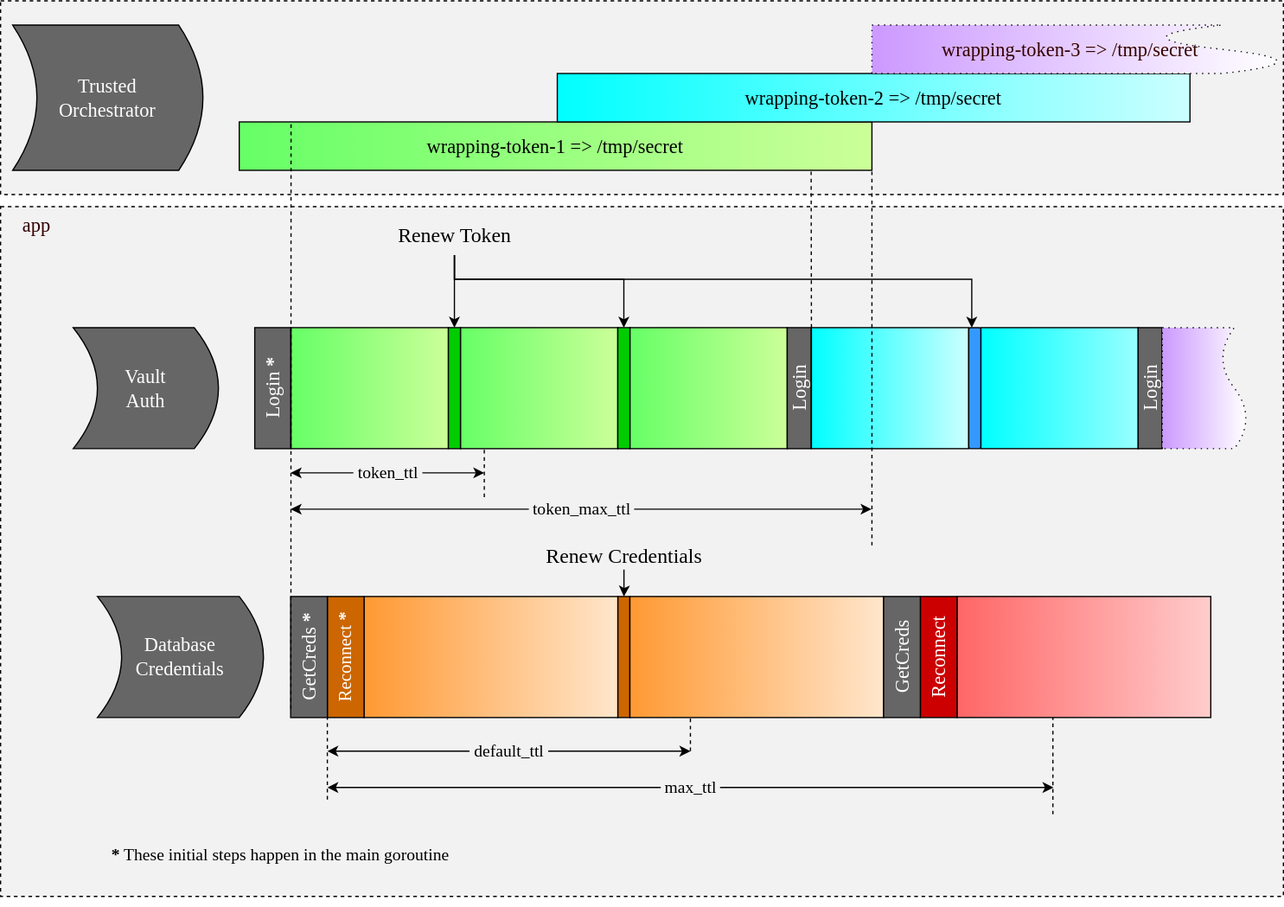
Above: images/renew-diagram.svg in hashicorp/hello-vault-go (draw.io), before the change. Source tidied: cells renumbered, new cells last; positions are measured from the earlier drawing's top-left corner, leaving out a move shared by most shapes.
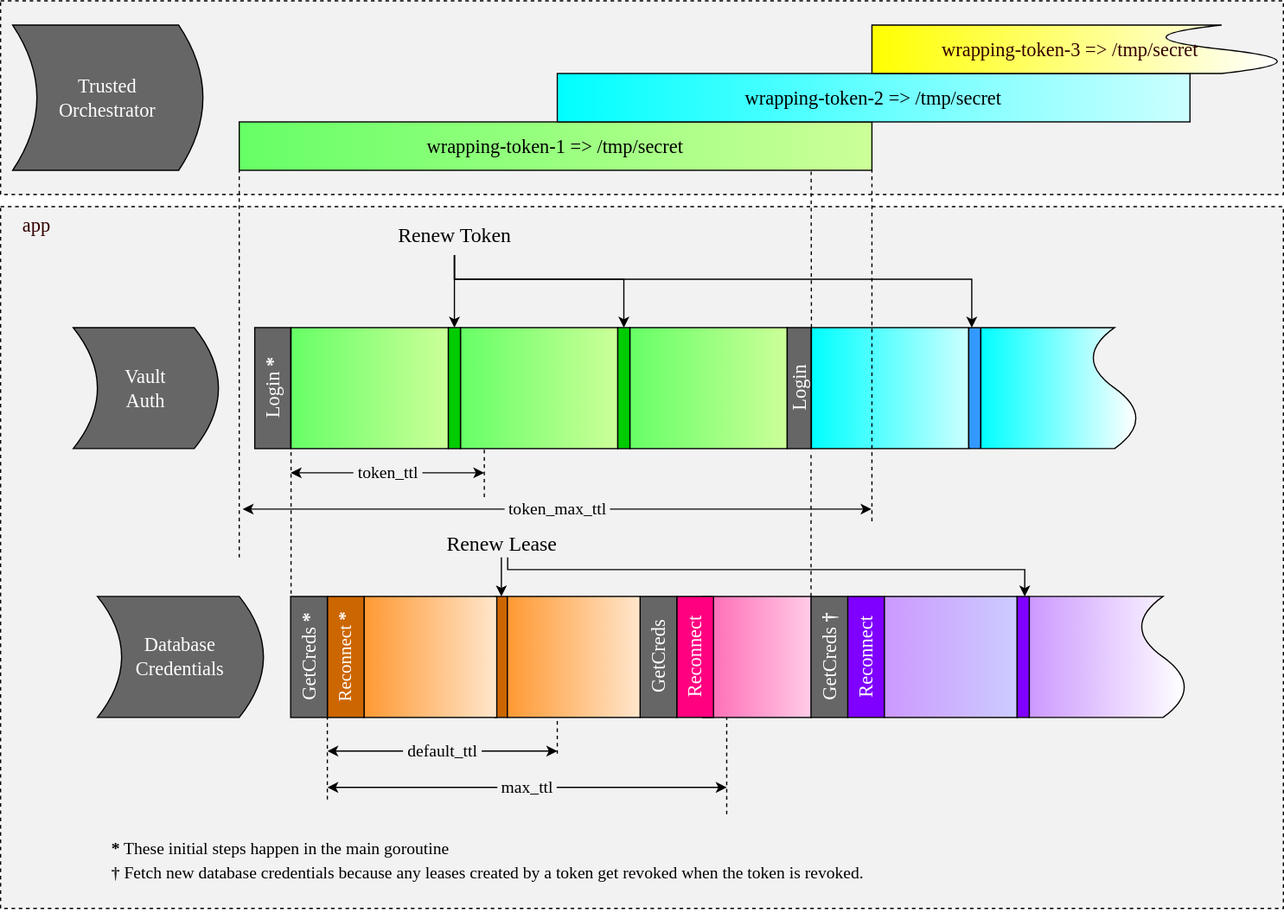
Later version of the same file.

Commit message:
Fix database renew/timeout issue (#27)

The edit, as a diff of the source:
```diff
@@ -3,7 +3,7 @@
     <mxCell id="0" />
     <mxCell id="1" parent="0" />
     <mxCell id="2" style="rounded=0;whiteSpace=wrap;html=1;dashed=1;labelBackgroundColor=none;fontFamily=Verdana;fontSize=16;fontColor=#330000;fillColor=#F2F2F2;gradientColor=none;gradientDirection=east;" parent="1" vertex="1">
-      <mxGeometry y="170" width="1060" height="570" as="geometry" />
+      <mxGeometry y="170" width="1060" height="580" as="geometry" />
     </mxCell>
     <mxCell id="3" style="rounded=0;whiteSpace=wrap;html=1;fillColor=#66FF66;gradientColor=#CCFF99;gradientDirection=east;" parent="1" vertex="1">
       <mxGeometry x="240" y="270" width="130" height="100" as="geometry" />
@@ -16,7 +16,7 @@
     </mxCell>
     <mxCell id="5" value="&lt;font style=&quot;font-size: 14px&quot;&gt;&amp;nbsp;token_max_ttl&amp;nbsp;&lt;br&gt;&lt;/font&gt;" style="endArrow=classic;startArrow=classic;html=1;rounded=0;fontSize=17;fontFamily=Verdana;labelBackgroundColor=#F2F2F2;" parent="1" edge="1">
       <mxGeometry relative="1" as="geometry">
-        <mxPoint x="239.7" y="420" as="sourcePoint" />
+        <mxPoint x="200" y="420" as="sourcePoint" />
         <mxPoint x="719.7" y="420" as="targetPoint" />
       </mxGeometry>
     </mxCell>
@@ -29,9 +29,6 @@
     <mxCell id="8" style="rounded=0;whiteSpace=wrap;html=1;fillColor=#00FFFF;gradientColor=#CCFFFF;gradientDirection=east;" parent="1" vertex="1">
       <mxGeometry x="670" y="270" width="130" height="100" as="geometry" />
     </mxCell>
-    <mxCell id="9" style="rounded=0;whiteSpace=wrap;html=1;fillColor=#00FFFF;gradientColor=#99FFFF;gradientDirection=east;" parent="1" vertex="1">
-      <mxGeometry x="810" y="270" width="130" height="100" as="geometry" />
-    </mxCell>
     <mxCell id="10" style="rounded=0;whiteSpace=wrap;html=1;fontSize=12;fillColor=#00CC00;gradientColor=none;gradientDirection=east;" parent="1" vertex="1">
       <mxGeometry x="370" y="270" width="10" height="100" as="geometry" />
     </mxCell>
@@ -75,35 +72,35 @@
     <mxCell id="19" value="&lt;font style=&quot;font-size: 14px&quot;&gt;&amp;nbsp;default_ttl&amp;nbsp;&lt;/font&gt;" style="endArrow=classic;startArrow=classic;html=1;rounded=0;fontSize=17;fontFamily=Verdana;labelBackgroundColor=#F2F2F2;" parent="1" edge="1">
       <mxGeometry relative="1" as="geometry">
         <mxPoint x="270" y="620" as="sourcePoint" />
-        <mxPoint x="570" y="620" as="targetPoint" />
+        <mxPoint x="460" y="620" as="targetPoint" />
       </mxGeometry>
     </mxCell>
     <mxCell id="20" value="&lt;font style=&quot;font-size: 14px&quot;&gt;&amp;nbsp;max_ttl&amp;nbsp;&lt;br&gt;&lt;/font&gt;" style="endArrow=classic;startArrow=classic;html=1;rounded=0;fontSize=17;fontFamily=Verdana;labelBackgroundColor=#F2F2F2;" parent="1" edge="1">
       <mxGeometry relative="1" as="geometry">
         <mxPoint x="270" y="650" as="sourcePoint" />
-        <mxPoint x="870" y="650" as="targetPoint" />
+        <mxPoint x="600" y="650" as="targetPoint" />
       </mxGeometry>
     </mxCell>
     <mxCell id="21" style="rounded=0;whiteSpace=wrap;html=1;fontSize=16;fillColor=#CC6600;gradientColor=none;gradientDirection=east;fontFamily=Verdana;fontColor=#FFFFFF;labelBackgroundColor=none;" parent="1" vertex="1">
-      <mxGeometry x="510" y="492.2" width="10" height="100" as="geometry" />
+      <mxGeometry x="408.8" y="492.2" width="10" height="100" as="geometry" />
     </mxCell>
     <mxCell id="22" style="endArrow=none;dashed=1;html=1;rounded=0;fontSize=17;" parent="1" edge="1">
       <mxGeometry relative="1" as="geometry">
-        <mxPoint x="570" y="620" as="sourcePoint" />
-        <mxPoint x="570" y="590" as="targetPoint" />
+        <mxPoint x="460" y="622.2" as="sourcePoint" />
+        <mxPoint x="460" y="592.2" as="targetPoint" />
       </mxGeometry>
     </mxCell>
     <mxCell id="23" style="endArrow=none;dashed=1;html=1;rounded=0;fontSize=17;entryX=0;entryY=1;entryDx=0;entryDy=0;" parent="1" edge="1">
       <mxGeometry relative="1" as="geometry">
-        <mxPoint x="869.5" y="672.2" as="sourcePoint" />
-        <mxPoint x="869.5" y="592.2" as="targetPoint" />
+        <mxPoint x="600" y="672.2" as="sourcePoint" />
+        <mxPoint x="600" y="592.2" as="targetPoint" />
       </mxGeometry>
     </mxCell>
     <mxCell id="24" value="&lt;span style=&quot;&quot;&gt;Database&lt;br&gt;Credentials&lt;br&gt;&lt;/span&gt;" style="shape=dataStorage;whiteSpace=wrap;html=1;fixedSize=1;rounded=0;labelBackgroundColor=none;fontFamily=Verdana;fontSize=16;fontColor=#FFFFFF;fillColor=#666666;gradientColor=none;gradientDirection=east;direction=west;" parent="1" vertex="1">
       <mxGeometry x="80" y="492.2" width="137.2" height="100" as="geometry" />
     </mxCell>
     <mxCell id="25" style="rounded=0;whiteSpace=wrap;html=1;fillColor=#FF9933;gradientColor=#FFE6CC;gradientDirection=east;" parent="1" vertex="1">
-      <mxGeometry x="300.3" y="492.2" width="209.7" height="100" as="geometry" />
+      <mxGeometry x="300.3" y="492.2" width="109.7" height="100" as="geometry" />
     </mxCell>
     <mxCell id="26" style="endArrow=none;dashed=1;html=1;rounded=0;fontSize=17;entryX=1;entryY=1;entryDx=0;entryDy=0;" parent="1" edge="1">
       <mxGeometry relative="1" as="geometry">
@@ -117,26 +114,25 @@
     <mxCell id="28" value="GetCreds &lt;b&gt;*&lt;/b&gt;" style="rounded=0;whiteSpace=wrap;html=1;fontSize=16;fillColor=#666666;gradientColor=none;gradientDirection=east;fontFamily=Verdana;fontColor=#FFFFFF;labelBackgroundColor=none;horizontal=0;" parent="1" vertex="1">
       <mxGeometry x="239.7" y="492.2" width="30.3" height="100" as="geometry" />
     </mxCell>
-    <mxCell id="29" style="rounded=0;whiteSpace=wrap;html=1;fillColor=#FF9933;gradientColor=#FFE6CC;gradientDirection=east;" parent="1" vertex="1">
-      <mxGeometry x="520" y="492.2" width="209.7" height="100" as="geometry" />
-    </mxCell>
-    <mxCell id="30" style="rounded=0;whiteSpace=wrap;html=1;fillColor=#FF6666;gradientColor=#FFCCCC;gradientDirection=east;" parent="1" vertex="1">
-      <mxGeometry x="790.3" y="492.2" width="209.7" height="100" as="geometry" />
+    <mxCell id="30" style="rounded=0;whiteSpace=wrap;html=1;fillColor=#FF66B3;gradientColor=#FFCCE6;gradientDirection=east;" parent="1" vertex="1">
+      <mxGeometry x="580" y="492.2" width="90" height="100" as="geometry" />
     </mxCell>
-    <mxCell id="31" value="Reconnect" style="rounded=0;whiteSpace=wrap;html=1;fontSize=16;fillColor=#CC0000;gradientColor=none;gradientDirection=east;fontFamily=Verdana;fontColor=#FFFFFF;labelBackgroundColor=none;horizontal=0;" parent="1" vertex="1">
-      <mxGeometry x="760" y="492.2" width="30.3" height="100" as="geometry" />
+    <mxCell id="31" value="Reconnect" style="rounded=0;whiteSpace=wrap;html=1;fontSize=16;fillColor=#FF0080;gradientColor=none;gradientDirection=east;fontFamily=Verdana;fontColor=#FFFFFF;labelBackgroundColor=none;horizontal=0;" parent="1" vertex="1">
+      <mxGeometry x="558.8" y="492.2" width="30.3" height="100" as="geometry" />
     </mxCell>
     <mxCell id="32" value="GetCreds" style="rounded=0;whiteSpace=wrap;html=1;fontSize=16;fillColor=#666666;gradientColor=none;gradientDirection=east;fontFamily=Verdana;fontColor=#FFFFFF;labelBackgroundColor=none;horizontal=0;" parent="1" vertex="1">
-      <mxGeometry x="729.7" y="492.2" width="30.3" height="100" as="geometry" />
+      <mxGeometry x="528.4" y="492.2" width="30.3" height="100" as="geometry" />
     </mxCell>
     <mxCell id="33" value="Login" style="rounded=0;whiteSpace=wrap;html=1;fontSize=16;fillColor=#666666;gradientColor=none;gradientDirection=east;fontFamily=Verdana;fontColor=#FFFFFF;labelBackgroundColor=none;horizontal=0;" parent="1" vertex="1">
       <mxGeometry x="650" y="270" width="19.7" height="100" as="geometry" />
     </mxCell>
-    <mxCell id="34" style="edgeStyle=orthogonalEdgeStyle;rounded=0;jettySize=auto;html=1;entryX=0.5;entryY=0;entryDx=0;entryDy=0;fontFamily=Verdana;fontSize=16;fontColor=#FFFFFF;" parent="1" edge="1" source="35" target="21">
-      <mxGeometry relative="1" as="geometry" />
+    <mxCell id="34" style="edgeStyle=orthogonalEdgeStyle;rounded=0;jettySize=auto;html=1;entryX=0.5;entryY=0;entryDx=0;entryDy=0;fontFamily=Verdana;fontSize=16;fontColor=#FFFFFF;" parent="1" edge="1" source="35">
+      <mxGeometry relative="1" as="geometry">
+        <mxPoint x="413.8" y="492.2" as="targetPoint" />
+      </mxGeometry>
     </mxCell>
-    <mxCell id="35" value="Renew Credentials" style="text;html=1;strokeColor=none;fillColor=none;align=center;verticalAlign=middle;whiteSpace=wrap;rounded=0;labelBackgroundColor=none;fontSize=17;fontFamily=Verdana;" parent="1" vertex="1">
-      <mxGeometry x="418.8" y="450" width="192.5" height="20" as="geometry" />
+    <mxCell id="35" value="Renew Lease" style="text;html=1;strokeColor=none;fillColor=none;align=center;verticalAlign=middle;whiteSpace=wrap;rounded=0;labelBackgroundColor=none;fontSize=17;fontFamily=Verdana;" parent="1" vertex="1">
+      <mxGeometry x="317.5" y="440" width="192.5" height="20" as="geometry" />
     </mxCell>
     <mxCell id="36" value="Login &lt;b&gt;*&lt;/b&gt;" style="rounded=0;whiteSpace=wrap;html=1;fontSize=16;fillColor=#666666;gradientColor=none;gradientDirection=east;fontFamily=Verdana;fontColor=#FFFFFF;labelBackgroundColor=none;horizontal=0;" parent="1" vertex="1">
       <mxGeometry x="210" y="270" width="29.7" height="100" as="geometry" />
@@ -144,9 +140,6 @@
     <mxCell id="37" value="app" style="text;html=1;strokeColor=none;fillColor=none;align=center;verticalAlign=middle;whiteSpace=wrap;rounded=0;dashed=1;labelBackgroundColor=none;fontFamily=Verdana;fontSize=16;fontColor=#330000;" parent="1" vertex="1">
       <mxGeometry y="170" width="60" height="30" as="geometry" />
     </mxCell>
-    <mxCell id="38" value="Login" style="rounded=0;whiteSpace=wrap;html=1;fontSize=16;fillColor=#666666;gradientColor=none;gradientDirection=east;fontFamily=Verdana;fontColor=#FFFFFF;labelBackgroundColor=none;horizontal=0;" parent="1" vertex="1">
-      <mxGeometry x="940" y="270" width="19.7" height="100" as="geometry" />
-    </mxCell>
     <mxCell id="39" style="rounded=0;whiteSpace=wrap;html=1;dashed=1;labelBackgroundColor=none;fontFamily=Verdana;fontSize=16;fontColor=#330000;fillColor=#F2F2F2;gradientColor=none;gradientDirection=east;" parent="1" vertex="1">
       <mxGeometry width="1060" height="160" as="geometry" />
     </mxCell>
@@ -156,8 +149,8 @@
         <mxPoint x="669.7" y="100" as="targetPoint" />
       </mxGeometry>
     </mxCell>
-    <mxCell id="41" value="&lt;font style=&quot;font-size: 14px&quot;&gt;&lt;b&gt;*&lt;/b&gt; These initial steps happen in the main goroutine&lt;/font&gt;" style="text;html=1;strokeColor=none;fillColor=none;align=left;verticalAlign=middle;whiteSpace=wrap;rounded=0;fontFamily=Verdana;fontSize=16;" parent="1" vertex="1">
-      <mxGeometry x="90" y="690" width="440" height="30" as="geometry" />
+    <mxCell id="41" value="&lt;font&gt;&lt;b style=&quot;font-size: 14px&quot;&gt;*&lt;/b&gt;&lt;span style=&quot;font-size: 14px&quot;&gt; These initial steps happen in the main goroutine&lt;br&gt;&lt;/span&gt;&lt;span style=&quot;color: rgb(32 , 33 , 34) ; font-size: 14px&quot;&gt;&lt;b&gt;†&amp;nbsp;&lt;/b&gt;&lt;/span&gt;&lt;span style=&quot;font-size: 14px&quot;&gt;Fetch new database credentials because any leases created by a token get revoked when the token is revoked.&lt;br&gt;&lt;/span&gt;&lt;/font&gt;" style="text;html=1;strokeColor=none;fillColor=none;align=left;verticalAlign=middle;whiteSpace=wrap;rounded=0;fontFamily=Verdana;fontSize=16;" parent="1" vertex="1">
+      <mxGeometry x="90" y="690" width="820" height="40" as="geometry" />
     </mxCell>
     <mxCell id="42" style="edgeStyle=orthogonalEdgeStyle;rounded=0;orthogonalLoop=1;jettySize=auto;html=1;exitX=0.5;exitY=1;exitDx=0;exitDy=0;fontFamily=Verdana;fontSize=15;" parent="1" edge="1" source="2" target="2">
       <mxGeometry relative="1" as="geometry" />
@@ -168,27 +161,67 @@
     <mxCell id="44" value="Trusted&lt;br&gt;Orchestrator" style="shape=dataStorage;whiteSpace=wrap;html=1;fixedSize=1;rounded=0;labelBackgroundColor=none;fontFamily=Verdana;fontSize=16;fontColor=#FFFFFF;fillColor=#666666;gradientColor=none;gradientDirection=east;direction=west;" parent="1" vertex="1">
       <mxGeometry x="10" y="20" width="157.2" height="120" as="geometry" />
     </mxCell>
-    <mxCell id="45" style="endArrow=none;dashed=1;html=1;rounded=0;fontSize=17;exitX=0.007;exitY=0.928;exitDx=0;exitDy=0;exitPerimeter=0;" parent="1" edge="1" source="28">
+    <mxCell id="45" style="endArrow=none;dashed=1;html=1;rounded=0;fontSize=17;" parent="1" edge="1">
       <mxGeometry relative="1" as="geometry">
-        <mxPoint x="240" y="100" as="targetPoint" />
+        <mxPoint x="240" y="490" as="sourcePoint" />
+        <mxPoint x="240" y="370" as="targetPoint" />
       </mxGeometry>
     </mxCell>
     <mxCell id="46" value="&lt;span style=&quot;&quot;&gt;&lt;font style=&quot;font-size: 16px&quot;&gt;wrapping-token-2 =&amp;gt; /tmp/secret&lt;/font&gt;&lt;/span&gt;" style="rounded=0;whiteSpace=wrap;html=1;fillColor=#00FFFF;gradientColor=#CCFFFF;gradientDirection=east;fontFamily=Verdana;" parent="1" vertex="1">
       <mxGeometry x="460" y="60" width="522.8" height="40" as="geometry" />
     </mxCell>
-    <mxCell id="47" value="wrapping-token-3 =&amp;gt; /tmp/secret" style="shape=document;whiteSpace=wrap;html=1;boundedLbl=1;rounded=0;dashed=1;dashPattern=1 4;labelBackgroundColor=none;fontFamily=Verdana;fontSize=16;fontColor=#330000;fillColor=#CC99FF;gradientColor=#FFFFFF;gradientDirection=south;direction=north;" parent="1" vertex="1">
+    <mxCell id="47" value="wrapping-token-3 =&amp;gt; /tmp/secret" style="shape=document;whiteSpace=wrap;html=1;boundedLbl=1;rounded=0;labelBackgroundColor=none;fontFamily=Verdana;fontSize=16;fontColor=#330000;fillColor=#FFFF00;gradientColor=#FFFFFF;gradientDirection=south;direction=north;" parent="1" vertex="1">
       <mxGeometry x="720" y="20" width="340" height="40" as="geometry" />
     </mxCell>
     <mxCell id="48" style="edgeStyle=orthogonalEdgeStyle;rounded=0;orthogonalLoop=1;jettySize=auto;html=1;exitX=0.5;exitY=1;exitDx=0;exitDy=0;fontFamily=Verdana;fontSize=15;" parent="1" edge="1" source="2" target="2">
       <mxGeometry relative="1" as="geometry" />
     </mxCell>
-    <mxCell id="49" style="shape=document;whiteSpace=wrap;html=1;boundedLbl=1;rounded=0;dashed=1;dashPattern=1 4;labelBackgroundColor=none;fontFamily=Verdana;fontSize=16;fontColor=#330000;fillColor=#CC99FF;gradientColor=#FFFFFF;gradientDirection=south;direction=north;" parent="1" vertex="1">
-      <mxGeometry x="960" y="270" width="70" height="100" as="geometry" />
+    <mxCell id="49" style="shape=document;whiteSpace=wrap;html=1;boundedLbl=1;rounded=0;labelBackgroundColor=none;fontFamily=Verdana;fontSize=16;fontColor=#330000;fillColor=#CC99FF;gradientColor=#FFFFFF;gradientDirection=south;direction=north;" parent="1" vertex="1">
+      <mxGeometry x="850" y="492.2" width="130" height="100" as="geometry" />
     </mxCell>
     <mxCell id="50" style="endArrow=none;dashed=1;html=1;rounded=0;fontSize=17;entryX=1;entryY=1;entryDx=0;entryDy=0;" parent="1" edge="1" target="43">
       <mxGeometry relative="1" as="geometry">
-        <mxPoint x="720" y="450" as="sourcePoint" />
+        <mxPoint x="720" y="430" as="sourcePoint" />
       </mxGeometry>
     </mxCell>
+    <mxCell id="51" style="endArrow=none;dashed=1;html=1;rounded=0;fontSize=17;entryX=0;entryY=1;entryDx=0;entryDy=0;" parent="1" edge="1" target="43">
+      <mxGeometry relative="1" as="geometry">
+        <mxPoint x="197.2" y="460" as="sourcePoint" />
+      </mxGeometry>
+    </mxCell>
+    <mxCell id="52" style="rounded=0;whiteSpace=wrap;html=1;fillColor=#FF9933;gradientColor=#FFE6CC;gradientDirection=east;" parent="1" vertex="1">
+      <mxGeometry x="418.8" y="492.2" width="109.7" height="100" as="geometry" />
+    </mxCell>
+    <mxCell id="53" style="endArrow=none;dashed=1;html=1;rounded=0;fontSize=17;" parent="1" edge="1">
+      <mxGeometry relative="1" as="geometry">
+        <mxPoint x="669.7" y="492.2" as="sourcePoint" />
+        <mxPoint x="669.7" y="372.2" as="targetPoint" />
+      </mxGeometry>
+    </mxCell>
+    <mxCell id="54" value="Reconnect" style="rounded=0;whiteSpace=wrap;html=1;fontSize=16;fillColor=#7F00FF;gradientColor=none;gradientDirection=east;fontFamily=Verdana;fontColor=#FFFFFF;labelBackgroundColor=none;horizontal=0;" parent="1" vertex="1">
+      <mxGeometry x="700" y="492.2" width="30.3" height="100" as="geometry" />
+    </mxCell>
+    <mxCell id="55" value="GetCreds&amp;nbsp;&lt;span&gt;&lt;font style=&quot;font-size: 16px&quot;&gt;&lt;b&gt;†&lt;/b&gt;&lt;/font&gt;&lt;/span&gt;" style="rounded=0;whiteSpace=wrap;html=1;fontSize=16;fillColor=#666666;gradientColor=none;gradientDirection=east;fontFamily=Verdana;fontColor=#FFFFFF;labelBackgroundColor=none;horizontal=0;" parent="1" vertex="1">
+      <mxGeometry x="669.7" y="492.2" width="30.3" height="100" as="geometry" />
+    </mxCell>
+    <mxCell id="56" style="rounded=0;whiteSpace=wrap;html=1;fillColor=#CC99FF;gradientColor=#CCCCFF;gradientDirection=east;" parent="1" vertex="1">
+      <mxGeometry x="730.3" y="492.2" width="109.7" height="100" as="geometry" />
+    </mxCell>
+    <mxCell id="57" style="rounded=0;whiteSpace=wrap;html=1;fontSize=16;fillColor=#7F00FF;gradientColor=none;gradientDirection=east;fontFamily=Verdana;fontColor=#FFFFFF;labelBackgroundColor=none;" parent="1" vertex="1">
+      <mxGeometry x="840" y="492.2" width="10" height="100" as="geometry" />
+    </mxCell>
+    <mxCell id="58" style="shape=document;whiteSpace=wrap;html=1;boundedLbl=1;rounded=0;labelBackgroundColor=none;fontFamily=Verdana;fontSize=16;fontColor=#330000;fillColor=#00FFFF;gradientColor=#FFFFFF;gradientDirection=south;direction=north;" parent="1" vertex="1">
+      <mxGeometry x="810" y="270" width="130" height="100" as="geometry" />
+    </mxCell>
+    <mxCell id="59" style="edgeStyle=orthogonalEdgeStyle;rounded=0;orthogonalLoop=1;jettySize=auto;html=1;entryX=0.25;entryY=0;entryDx=0;entryDy=0;fontSize=17;" parent="1" edge="1">
+      <mxGeometry relative="1" as="geometry">
+        <mxPoint x="419" y="460" as="sourcePoint" />
+        <mxPoint x="846.2" y="492.2" as="targetPoint" />
+        <Array as="points">
+          <mxPoint x="419" y="470" />
+          <mxPoint x="846" y="470" />
+        </Array>
+      </mxGeometry>
+    </mxCell>
   </root>
 </mxGraphModel>
```
